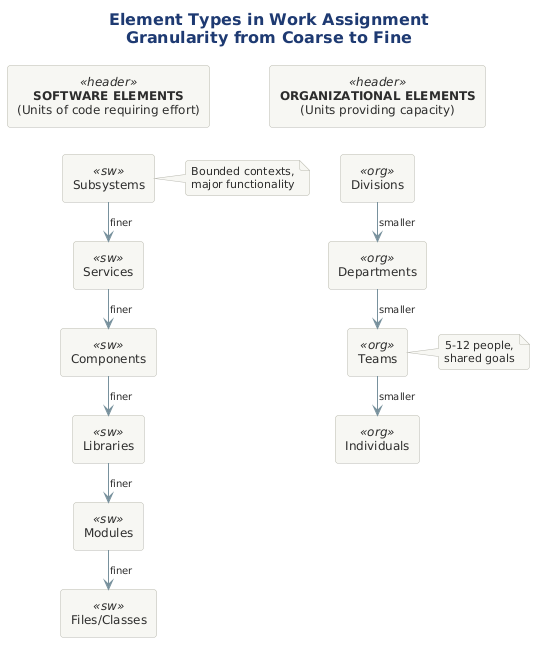
Before: src/architecture/views-and-beyond/style-catalogs/allocation/work-assignment-style/png/02-element-types.png, a diagram exported from PlantUML (Notoriousjayy/latex-docs). Its diagram source:
```plantuml
@startuml 02-element-types
!include ../../../../../../tooling/styles/plantuml/structural/component-diagram-style.iuml

skinparam nodesep 30
skinparam ranksep 25

title <b>Element Types in Work Assignment</b>\nGranularity from Coarse to Fine

rectangle "**SOFTWARE ELEMENTS**\n(Units of code requiring effort)" as sw_head <<header>>

rectangle "Subsystems" as subsys <<sw>>
rectangle "Services" as svc <<sw>>
rectangle "Components" as comp <<sw>>
rectangle "Libraries" as lib <<sw>>
rectangle "Modules" as mod <<sw>>
rectangle "Files/Classes" as files <<sw>>

sw_head -[hidden]d-> subsys
subsys -[#78909C]d-> svc : <size:10>finer</size>
svc -[#78909C]d-> comp : <size:10>finer</size>
comp -[#78909C]d-> lib : <size:10>finer</size>
lib -[#78909C]d-> mod : <size:10>finer</size>
mod -[#78909C]d-> files : <size:10>finer</size>

rectangle "**ORGANIZATIONAL ELEMENTS**\n(Units providing capacity)" as org_head <<header>>

rectangle "Divisions" as div <<org>>
rectangle "Departments" as dept <<org>>
rectangle "Teams" as team <<org>>
rectangle "Individuals" as indiv <<org>>

org_head -[hidden]d-> div
div -[#78909C]d-> dept : <size:10>smaller</size>
dept -[#78909C]d-> team : <size:10>smaller</size>
team -[#78909C]d-> indiv : <size:10>smaller</size>

note right of subsys
  Bounded contexts,
  major functionality
end note

note right of team
  5-12 people,
  shared goals
end note

@enduml
```
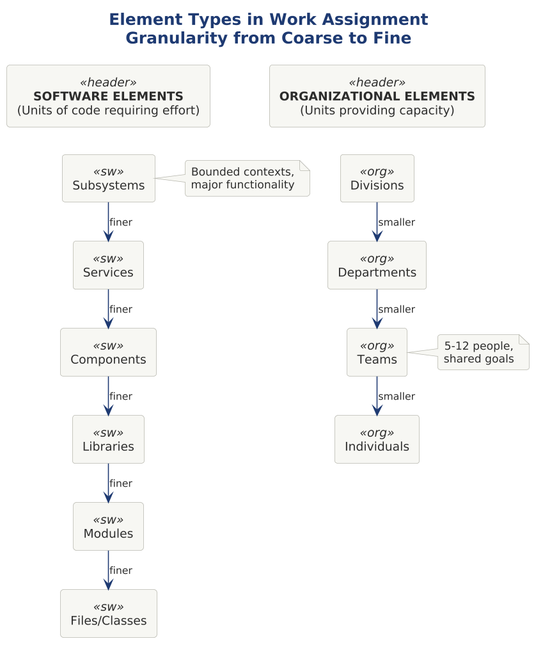
The same diagram one commit later.

The edit, as a diff of the source:
```diff
@@ -1,4 +1,9 @@
 @startuml 02-element-types
+
+skinparam dpi 150
+
+
+
 !include ../../../../../../tooling/styles/plantuml/structural/component-diagram-style.iuml
 
 skinparam nodesep 30
@@ -16,11 +21,11 @@
 rectangle "Files/Classes" as files <<sw>>
 
 sw_head -[hidden]d-> subsys
-subsys -[#78909C]d-> svc : <size:10>finer</size>
-svc -[#78909C]d-> comp : <size:10>finer</size>
-comp -[#78909C]d-> lib : <size:10>finer</size>
-lib -[#78909C]d-> mod : <size:10>finer</size>
-mod -[#78909C]d-> files : <size:10>finer</size>
+subsys -[$line_primary]d-> svc : <size:10>finer</size>
+svc -[$line_primary]d-> comp : <size:10>finer</size>
+comp -[$line_primary]d-> lib : <size:10>finer</size>
+lib -[$line_primary]d-> mod : <size:10>finer</size>
+mod -[$line_primary]d-> files : <size:10>finer</size>
 
 rectangle "**ORGANIZATIONAL ELEMENTS**\n(Units providing capacity)" as org_head <<header>>
 
@@ -30,9 +35,9 @@
 rectangle "Individuals" as indiv <<org>>
 
 org_head -[hidden]d-> div
-div -[#78909C]d-> dept : <size:10>smaller</size>
-dept -[#78909C]d-> team : <size:10>smaller</size>
-team -[#78909C]d-> indiv : <size:10>smaller</size>
+div -[$line_primary]d-> dept : <size:10>smaller</size>
+dept -[$line_primary]d-> team : <size:10>smaller</size>
+team -[$line_primary]d-> indiv : <size:10>smaller</size>
 
 note right of subsys
   Bounded contexts,
```
